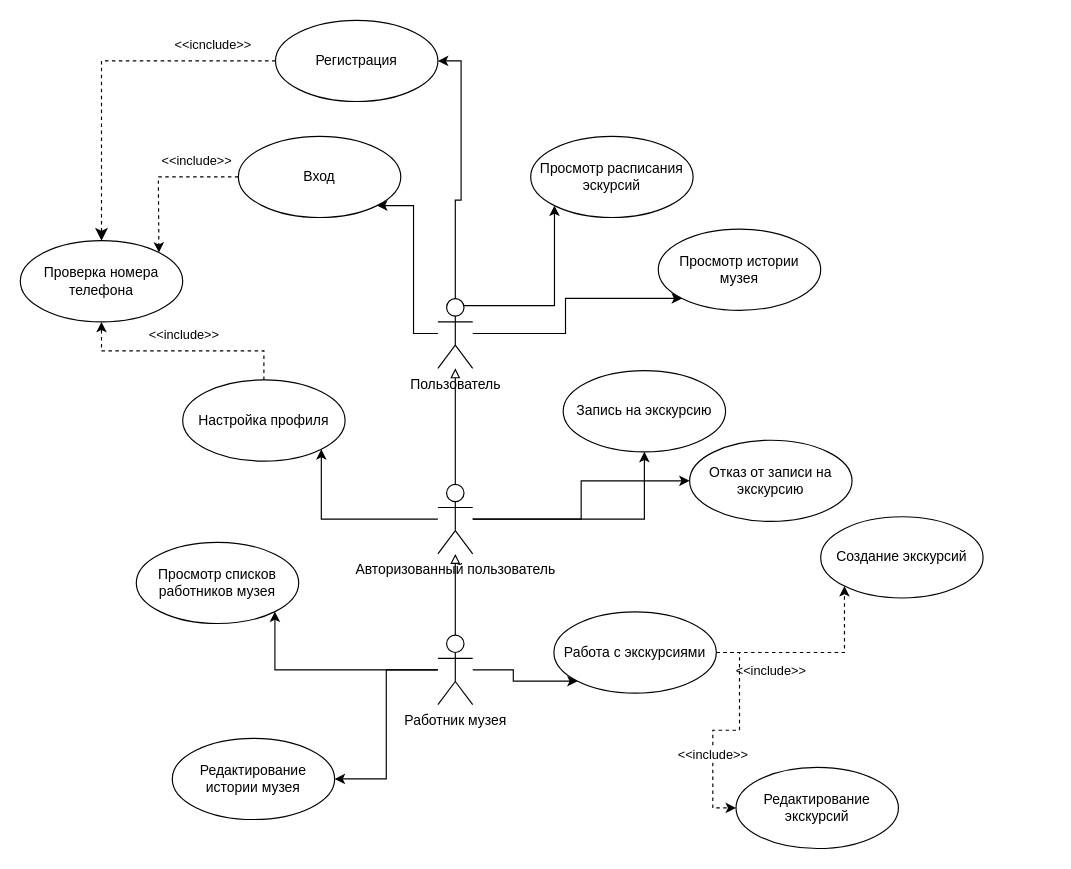
Before: UML-Схема.drawio in shtorm901/Museum-Data_Base, a draw.io diagram. Source tidied: cells renumbered, new cells numbered last; positions are measured from the earlier drawing's top-left corner, leaving out a move shared by most shapes. Both pictures are drawn from the tidied source at 116%, with x=0, y=0 at pixel (20, 20).
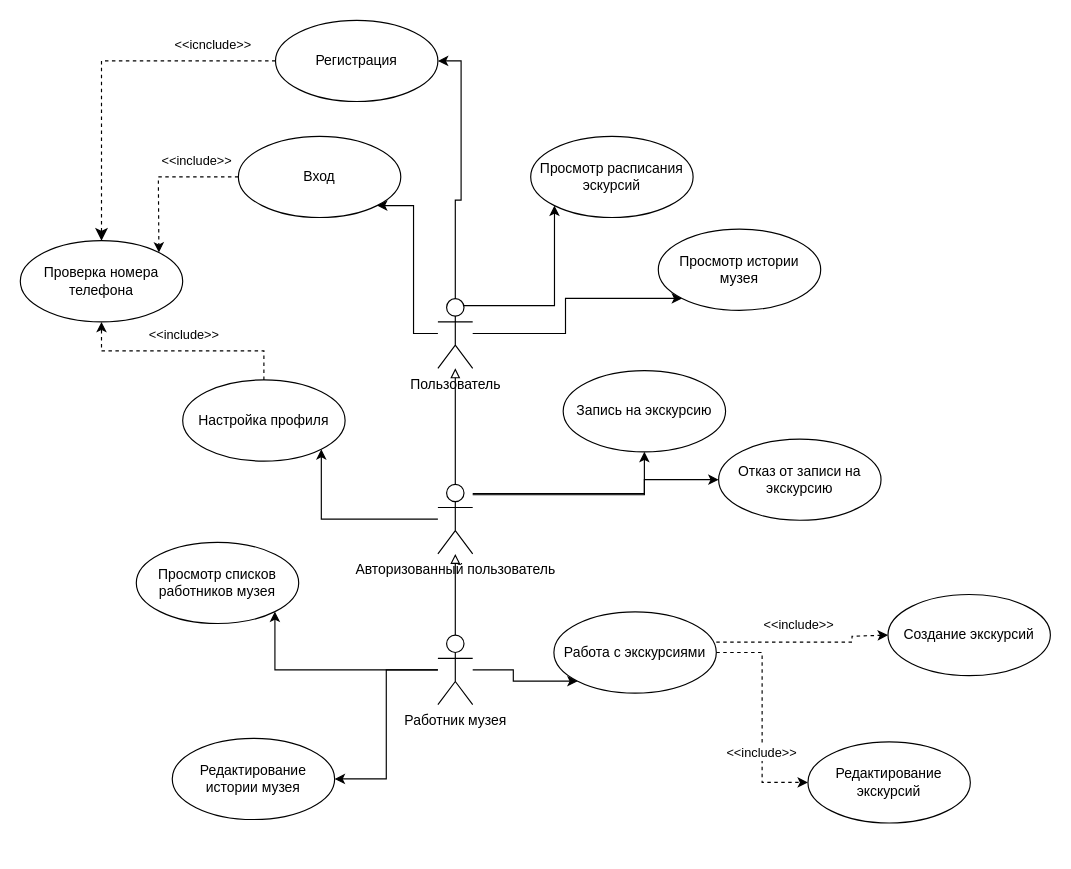
After the change.

The change refers to these unchanged cells:
```xml
<mxCell id="22" value="Авторизованный пользователь" style="shape=umlActor;verticalLabelPosition=bottom;verticalAlign=top;html=1;" parent="1" vertex="1">
  <mxGeometry x="360" y="400" width="30" height="60" as="geometry" />
</mxCell>
<mxCell id="23" value="Запись на экскурсию" style="ellipse;whiteSpace=wrap;html=1;" parent="1" vertex="1">
  <mxGeometry x="468" y="302" width="140" height="70" as="geometry" />
</mxCell>
<mxCell id="35" value="Работа с экскурсиями" style="ellipse;whiteSpace=wrap;html=1;" parent="1" vertex="1">
  <mxGeometry x="460" y="510" width="140" height="70" as="geometry" />
</mxCell>
```

What changed in the source:
```diff
@@
     <mxCell id="18" style="edgeStyle=orthogonalEdgeStyle;rounded=0;jettySize=auto;html=1;entryX=0.5;entryY=1;entryDx=0;entryDy=0;" parent="1" edge="1" source="22" target="23">
-      <mxGeometry relative="1" as="geometry" />
+      <mxGeometry relative="1" as="geometry">
+        <Array as="points">
+          <mxPoint x="538" y="409" />
+        </Array>
+      </mxGeometry>
     </mxCell>
@@
     <mxCell id="21" style="edgeStyle=orthogonalEdgeStyle;rounded=0;jettySize=auto;html=1;entryX=0;entryY=0.5;entryDx=0;entryDy=0;" parent="1" edge="1" source="22" target="39">
-      <mxGeometry relative="1" as="geometry" />
+      <mxGeometry relative="1" as="geometry">
+        <Array as="points">
+          <mxPoint x="538" y="408" />
+          <mxPoint x="538" y="396" />
+        </Array>
+      </mxGeometry>
     </mxCell>
@@
-    <mxCell id="31" style="edgeStyle=orthogonalEdgeStyle;rounded=0;jettySize=auto;html=1;exitX=1;exitY=0.5;exitDx=0;exitDy=0;entryX=0;entryY=1;entryDx=0;entryDy=0;dashed=1;" parent="1" edge="1" source="35" target="36">
-      <mxGeometry relative="1" as="geometry" />
-    </mxCell>
-    <mxCell id="32" value="&amp;lt;&amp;lt;include&amp;gt;&amp;gt;" style="edgeLabel;html=1;align=center;verticalAlign=middle;rotation=0;" parent="31" vertex="1">
-      <mxGeometry x="-0.3" y="-4" relative="1" as="geometry">
-        <mxPoint x="-13" y="11" as="offset" />
-      </mxGeometry>
-    </mxCell>
@@
+    <mxCell id="40" style="edgeStyle=orthogonalEdgeStyle;rounded=0;jettySize=auto;html=1;entryX=0;entryY=0.5;entryDx=0;entryDy=0;dashed=1;" parent="1" edge="1" target="36">
+      <mxGeometry relative="1" as="geometry">
+        <mxPoint x="600" y="536" as="sourcePoint" />
+        <Array as="points">
+          <mxPoint x="717" y="536" />
+          <mxPoint x="717" y="531" />
+        </Array>
+      </mxGeometry>
+    </mxCell>
+    <mxCell id="32" value="&amp;lt;&amp;lt;include&amp;gt;&amp;gt;" style="edgeLabel;html=1;align=center;verticalAlign=middle;" parent="40" vertex="1">
+      <mxGeometry x="0.2" y="1" relative="1" as="geometry">
+        <mxPoint x="-22" y="-15" as="offset" />
+      </mxGeometry>
+    </mxCell>
@@
     <mxCell id="36" value="Создание экскурсий" style="ellipse;whiteSpace=wrap;html=1;" parent="1" vertex="1">
-      <mxGeometry x="690" y="428" width="140" height="70" as="geometry" />
+      <mxGeometry x="748" y="495" width="140" height="70" as="geometry" />
     </mxCell>
     <mxCell id="37" value="Редактирование экскурсий" style="ellipse;whiteSpace=wrap;html=1;" parent="1" vertex="1">
-      <mxGeometry x="617" y="644" width="140" height="70" as="geometry" />
+      <mxGeometry x="679" y="622" width="140" height="70" as="geometry" />
     </mxCell>
@@
     <mxCell id="39" value="Отказ от записи на экскурсию" style="ellipse;whiteSpace=wrap;html=1;" parent="1" vertex="1">
-      <mxGeometry x="577" y="362" width="140" height="70" as="geometry" />
+      <mxGeometry x="602" y="361" width="140" height="70" as="geometry" />
     </mxCell>
```
